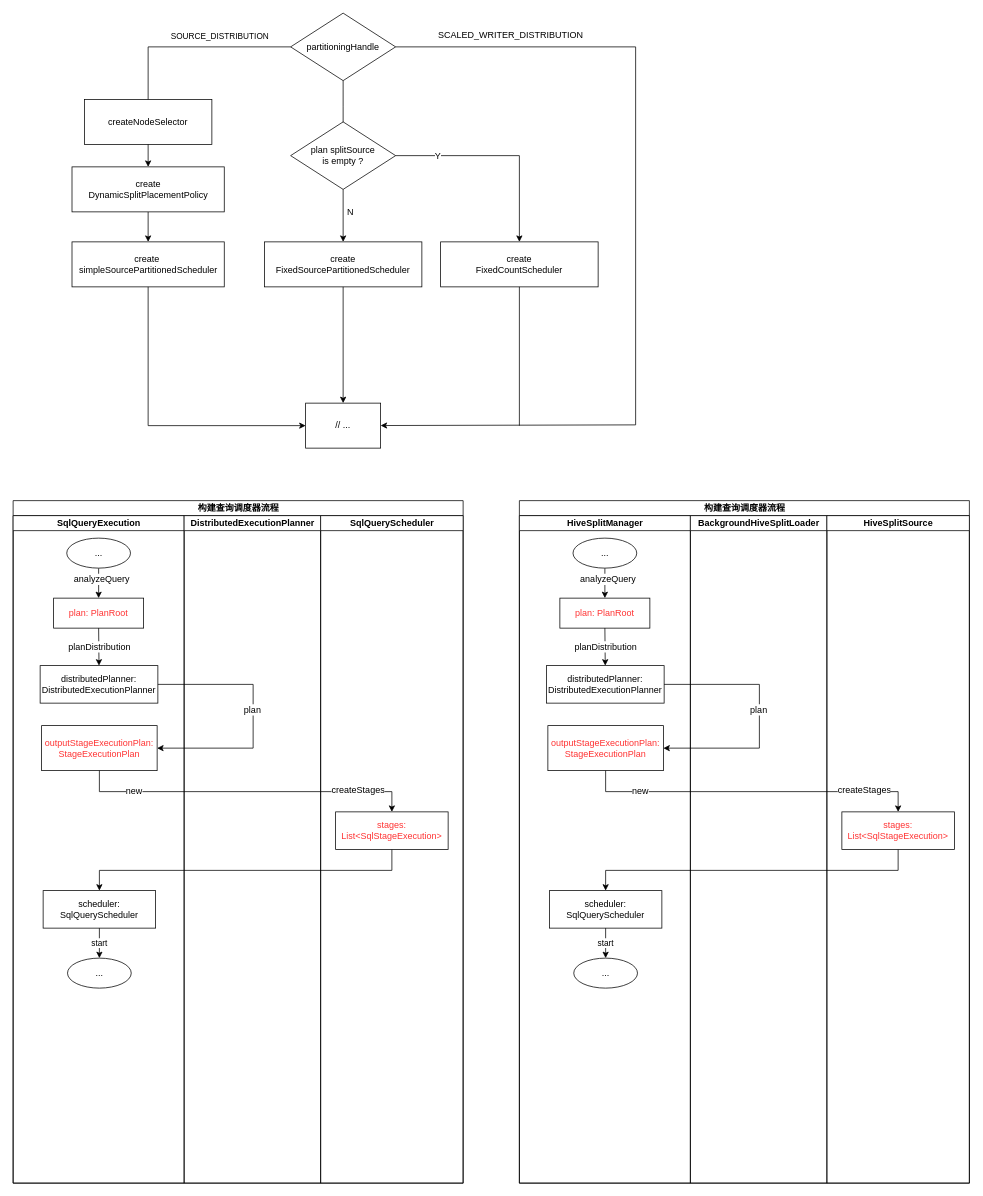
Above: prestoSchedulerCreateStage.drawio in chuanjian666/drawio (draw.io), before the change. Source tidied: cells renumbered, new cells numbered last; positions are measured from the earlier drawing's top-left corner, leaving out a move shared by most shapes. Both pictures are drawn from the tidied source at 75%, with x=0, y=0 at pixel (13, 13).
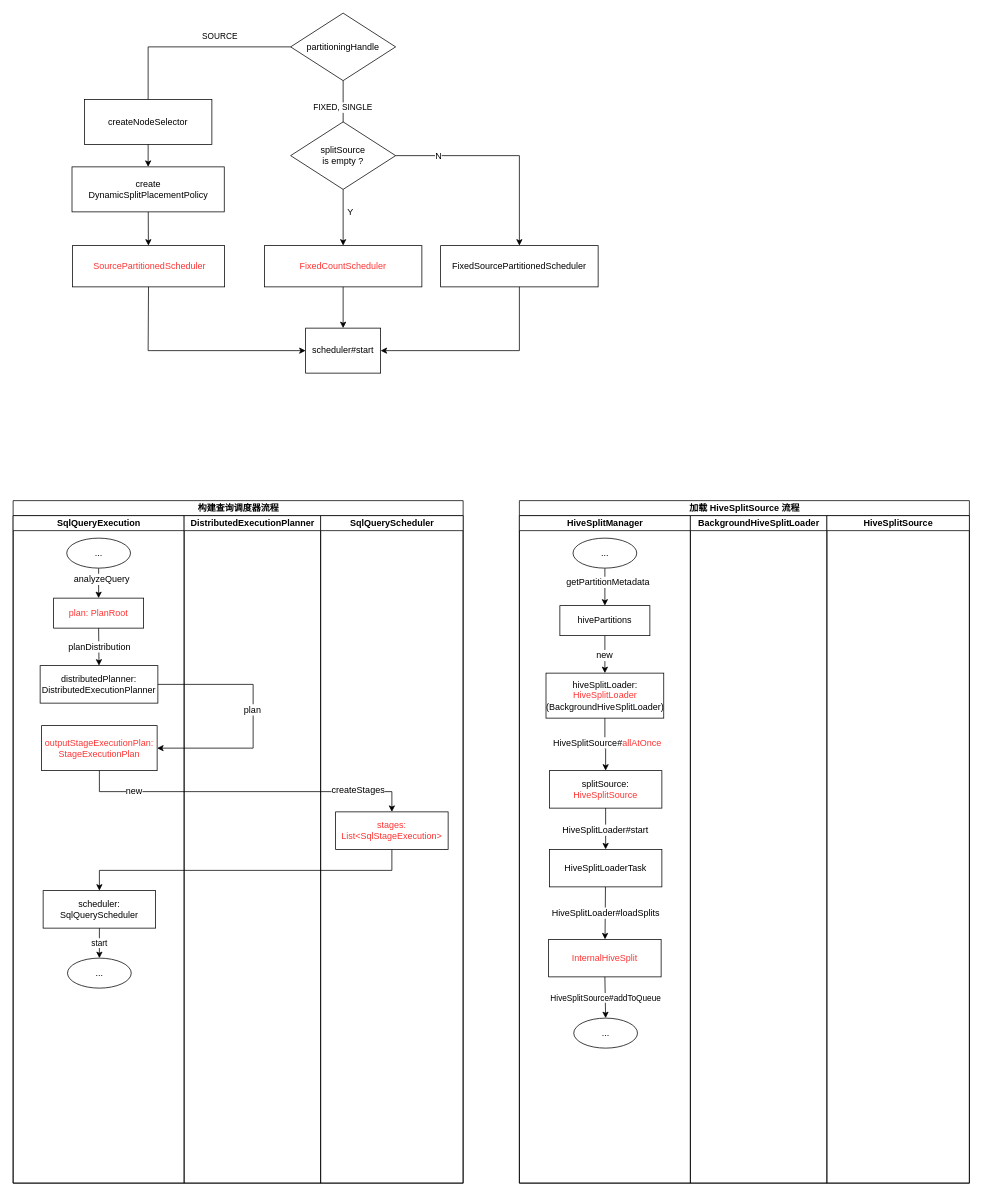
The same diagram, later.

Unchanged cells that the change refers to:
```xml
<mxCell id="2" value="partitioningHandle" style="rhombus;whiteSpace=wrap;html=1;" parent="1" vertex="1">
  <mxGeometry x="370" width="140" height="90" as="geometry" />
</mxCell>
<mxCell id="5" value="createNodeSelector" style="whiteSpace=wrap;html=1;align=center;verticalAlign=middle;" parent="1" vertex="1">
  <mxGeometry x="95" y="115" width="170" height="60" as="geometry" />
</mxCell>
<mxCell id="17" style="edgeStyle=none;rounded=0;jettySize=auto;html=1;exitX=1;exitY=0.5;exitDx=0;exitDy=0;entryX=0.5;entryY=0;entryDx=0;entryDy=0;" parent="1" edge="1" source="13" target="19">
  <mxGeometry relative="1" as="geometry">
    <Array as="points">
      <mxPoint x="675" y="190" />
    </Array>
  </mxGeometry>
</mxCell>
<mxCell id="49" value="HiveSplitManager" style="swimlane;html=1;startSize=20;" parent="47" vertex="1">
  <mxGeometry y="20" width="228" height="890" as="geometry" />
</mxCell>
<mxCell id="51" style="endArrow=classic;html=1;entryX=0.5;entryY=0;entryDx=0;entryDy=0;" parent="49" edge="1" target="50">
  <mxGeometry relative="1" as="geometry">
    <mxPoint x="114" y="70" as="sourcePoint" />
  </mxGeometry>
</mxCell>
<mxCell id="66" value="HiveSplitSource" style="swimlane;html=1;startSize=20;" parent="47" vertex="1">
  <mxGeometry x="410" y="20" width="190" height="890" as="geometry" />
</mxCell>
```

The edit, as a diff of the source:
```diff
@@
-    <mxCell id="3" value="// ..." style="whiteSpace=wrap;html=1;align=center;verticalAlign=middle;" parent="1" vertex="1">
-      <mxGeometry x="390" y="520" width="100" height="60" as="geometry" />
+    <mxCell id="3" value="scheduler#start" style="whiteSpace=wrap;html=1;align=center;verticalAlign=middle;" parent="1" vertex="1">
+      <mxGeometry x="390" y="420" width="100" height="60" as="geometry" />
     </mxCell>
-    <mxCell id="4" style="edgeStyle=elbowEdgeStyle;elbow=vertical;startArrow=none;endArrow=none;rounded=0;exitX=0.5;exitY=1;exitDx=0;exitDy=0;" parent="1" edge="1" source="2">
+    <mxCell id="4" value="FIXED, SINGLE" style="edgeStyle=elbowEdgeStyle;elbow=vertical;startArrow=none;endArrow=none;rounded=0;exitX=0.5;exitY=1;exitDx=0;exitDy=0;" parent="1" edge="1" source="2">
       <mxGeometry relative="1" as="geometry">
         <mxPoint x="440" y="160" as="targetPoint" />
       </mxGeometry>
     </mxCell>
@@
-    <mxCell id="6" value="SOURCE_DISTRIBUTION" style="edgeStyle=elbowEdgeStyle;elbow=vertical;startArrow=none;endArrow=none;rounded=0;exitX=0;exitY=0.5;exitDx=0;exitDy=0;" parent="1" edge="1" source="2" target="5">
+    <mxCell id="6" value="SOURCE" style="edgeStyle=elbowEdgeStyle;elbow=vertical;startArrow=none;endArrow=none;rounded=0;exitX=0;exitY=0.5;exitDx=0;exitDy=0;" parent="1" edge="1" source="2" target="5">
       <mxGeometry x="-0.28" y="-15" relative="1" as="geometry">
         <Array as="points">
           <mxPoint x="180" y="45" />
         </Array>
       </mxGeometry>
     </mxCell>
@@
-    <mxCell id="9" value="create&amp;nbsp;&lt;br&gt;simpleSourcePartitionedScheduler" style="whiteSpace=wrap;html=1;align=center;verticalAlign=middle;" parent="1" vertex="1">
-      <mxGeometry x="78.5" y="305" width="203" height="60" as="geometry" />
+    <mxCell id="9" value="&amp;nbsp;SourcePartitionedScheduler" style="whiteSpace=wrap;html=1;align=center;verticalAlign=middle;fontColor=#FF3333;" parent="1" vertex="1">
+      <mxGeometry x="79" y="310" width="203" height="55" as="geometry" />
     </mxCell>
-    <mxCell id="10" value="SCALED_WRITER_DISTRIBUTION" style="text;html=1;rotation=0;" parent="1" vertex="1">
-      <mxGeometry x="565" y="15" width="220" height="30" as="geometry" />
-    </mxCell>
@@
     <mxCell id="12" style="edgeStyle=none;rounded=0;jettySize=auto;html=1;exitX=0.5;exitY=1;exitDx=0;exitDy=0;entryX=0;entryY=0.5;entryDx=0;entryDy=0;" parent="1" edge="1" source="9" target="3">
       <mxGeometry relative="1" as="geometry">
         <Array as="points">
-          <mxPoint x="180" y="550" />
+          <mxPoint x="180" y="450" />
         </Array>
       </mxGeometry>
     </mxCell>
-    <mxCell id="13" value="plan splitSource&lt;br&gt;is empty ?" style="rhombus;whiteSpace=wrap;html=1;" parent="1" vertex="1">
+    <mxCell id="13" value="splitSource&lt;br&gt;is empty ?" style="rhombus;whiteSpace=wrap;html=1;" parent="1" vertex="1">
       <mxGeometry x="370" y="145" width="140" height="90" as="geometry" />
     </mxCell>
-    <mxCell id="14" value="create&lt;br&gt;FixedSourcePartitionedScheduler" style="whiteSpace=wrap;html=1;align=center;verticalAlign=middle;" parent="1" vertex="1">
-      <mxGeometry x="335" y="305" width="210" height="60" as="geometry" />
+    <mxCell id="14" value="FixedCountScheduler" style="whiteSpace=wrap;html=1;align=center;verticalAlign=middle;fontColor=#FF3333;" parent="1" vertex="1">
+      <mxGeometry x="335" y="310" width="210" height="55" as="geometry" />
     </mxCell>
-    <mxCell id="15" value="N" style="text;html=1;strokeColor=none;fillColor=none;align=center;verticalAlign=middle;whiteSpace=wrap;rounded=0;" parent="1" vertex="1">
+    <mxCell id="15" value="Y" style="text;html=1;strokeColor=none;fillColor=none;align=center;verticalAlign=middle;whiteSpace=wrap;rounded=0;" parent="1" vertex="1">
       <mxGeometry x="430" y="255" width="40" height="20" as="geometry" />
     </mxCell>
@@
-    <mxCell id="18" value="Y" style="text;html=1;align=center;verticalAlign=middle;labelBackgroundColor=#ffffff;" parent="17" vertex="1">
+    <mxCell id="18" value="N" style="text;html=1;align=center;verticalAlign=middle;labelBackgroundColor=#ffffff;" parent="17" vertex="1">
       <mxGeometry x="-0.61" relative="1" as="geometry" />
     </mxCell>
-    <mxCell id="19" value="create&lt;br&gt;FixedCountScheduler" style="whiteSpace=wrap;html=1;align=center;verticalAlign=middle;" parent="1" vertex="1">
-      <mxGeometry x="570" y="305" width="210" height="60" as="geometry" />
+    <mxCell id="19" value="&lt;span style=&quot;white-space: normal&quot;&gt;FixedSourcePartitionedScheduler&lt;/span&gt;" style="whiteSpace=wrap;html=1;align=center;verticalAlign=middle;" parent="1" vertex="1">
+      <mxGeometry x="570" y="310" width="210" height="55" as="geometry" />
     </mxCell>
@@
-    <mxCell id="21" style="edgeStyle=none;rounded=0;jettySize=auto;html=1;exitX=1;exitY=0.5;exitDx=0;exitDy=0;" parent="1" edge="1" source="2" target="3">
-      <mxGeometry relative="1" as="geometry">
-        <Array as="points">
-          <mxPoint x="830" y="45" />
-          <mxPoint x="830" y="549" />
-        </Array>
-      </mxGeometry>
-    </mxCell>
-    <mxCell id="22" style="endArrow=none;html=1;entryX=0.5;entryY=1;entryDx=0;entryDy=0;" parent="1" edge="1" target="19">
-      <mxGeometry relative="1" as="geometry">
-        <mxPoint x="675" y="550" as="sourcePoint" />
-      </mxGeometry>
-    </mxCell>
@@
-    <mxCell id="47" value="构建查询调度器流程" style="swimlane;html=1;startSize=20;" parent="1" vertex="1">
+    <mxCell id="47" value="加载 HiveSplitSource 流程" style="swimlane;html=1;startSize=20;" parent="1" vertex="1">
       <mxGeometry x="675" y="650" width="600" height="910" as="geometry" />
     </mxCell>
-    <mxCell id="48" style="edgeStyle=elbowEdgeStyle;elbow=vertical;startArrow=none;endArrow=classic;rounded=0;exitX=0.5;exitY=1;exitDx=0;exitDy=0;endFill=1;" parent="47" edge="1" source="67" target="62">
-      <mxGeometry relative="1" as="geometry" />
-    </mxCell>
@@
-    <mxCell id="50" value="plan: PlanRoot" style="whiteSpace=wrap;html=1;align=center;labelBackgroundColor=none;fontColor=#FF3333;" parent="49" vertex="1">
-      <mxGeometry x="54" y="110" width="120" height="40" as="geometry" />
+    <mxCell id="50" value="hivePartitions" style="whiteSpace=wrap;html=1;align=center;labelBackgroundColor=none;fontColor=#000000;" parent="49" vertex="1">
+      <mxGeometry x="54" y="120" width="120" height="40" as="geometry" />
     </mxCell>
@@
-    <mxCell id="52" value="analyzeQuery" style="text;html=1;align=center;verticalAlign=middle;labelBackgroundColor=#ffffff;" parent="51" vertex="1">
+    <mxCell id="52" value="getPartitionMetadata" style="text;html=1;align=center;verticalAlign=middle;labelBackgroundColor=#ffffff;" parent="51" vertex="1">
       <mxGeometry x="-0.28" y="3" relative="1" as="geometry" />
     </mxCell>
@@
-    <mxCell id="54" value="distributedPlanner:&lt;br&gt;DistributedExecutionPlanner" style="whiteSpace=wrap;html=1;align=center;" parent="49" vertex="1">
-      <mxGeometry x="36" y="200" width="157" height="50" as="geometry" />
+    <mxCell id="54" value="hiveSplitLoader:&lt;br&gt;&lt;font color=&quot;#ff3333&quot;&gt;HiveSplitLoader&lt;/font&gt; &lt;br&gt;(BackgroundHiveSplitLoader)" style="whiteSpace=wrap;html=1;align=center;" parent="49" vertex="1">
+      <mxGeometry x="35.5" y="210" width="157" height="60" as="geometry" />
     </mxCell>
-    <mxCell id="55" style="endArrow=classic;html=1;exitX=0.5;exitY=1;exitDx=0;exitDy=0;entryX=0.5;entryY=0;entryDx=0;entryDy=0;" parent="49" edge="1" source="50" target="54">
-      <mxGeometry relative="1" as="geometry" />
-    </mxCell>
-    <mxCell id="56" value="planDistribution" style="text;html=1;align=center;verticalAlign=middle;labelBackgroundColor=#ffffff;" parent="55" vertex="1">
-      <mxGeometry x="-0.28" y="3" relative="1" as="geometry">
-        <mxPoint x="-3" y="7" as="offset" />
-      </mxGeometry>
-    </mxCell>
-    <mxCell id="57" value="outputStageExecutionPlan:&lt;br&gt;StageExecutionPlan" style="whiteSpace=wrap;html=1;align=center;verticalAlign=middle;fontColor=#FF3333;" parent="49" vertex="1">
-      <mxGeometry x="38" y="280" width="154" height="60" as="geometry" />
-    </mxCell>
-    <mxCell id="58" style="edgeStyle=elbowEdgeStyle;elbow=vertical;startArrow=none;endArrow=classic;rounded=0;endFill=1;exitX=1;exitY=0.5;exitDx=0;exitDy=0;entryX=1;entryY=0.5;entryDx=0;entryDy=0;" parent="49" edge="1" source="54" target="57">
-      <mxGeometry relative="1" as="geometry">
-        <Array as="points">
-          <mxPoint x="320" y="350" />
-          <mxPoint x="170" y="270" />
-          <mxPoint x="330" y="300" />
-          <mxPoint x="130" y="280" />
-          <mxPoint x="250" y="290" />
-          <mxPoint x="300" y="270" />
-          <mxPoint x="350" y="310" />
-          <mxPoint x="140" y="310" />
-          <mxPoint x="210" y="400" />
-        </Array>
-      </mxGeometry>
-    </mxCell>
-    <mxCell id="59" style="text;html=1;align=center;verticalAlign=middle;labelBackgroundColor=#ffffff;" parent="58" vertex="1">
-      <mxGeometry x="0.42" relative="1" as="geometry" />
-    </mxCell>
-    <mxCell id="60" value="&lt;span style=&quot;font-family: &amp;#34;helvetica&amp;#34; , &amp;#34;arial&amp;#34; , sans-serif ; font-size: 0px ; background-color: rgb(248 , 249 , 250)&quot;&gt;%3CmxGraphModel%3E%3Croot%3E%3CmxCell%20id%3D%220%22%2F%3E%3CmxCell%20id%3D%221%22%20parent%3D%220%22%2F%3E%3CmxCell%20id%3D%222%22%20value%3D%22plan%22%20style%3D%22text%3Bhtml%3D1%3Bresizable%3D0%3Bpoints%3D%5B%5D%3Balign%3Dcenter%3BverticalAlign%3Dmiddle%3BlabelBackgroundColor%3D%23ffffff%3B%22%20vertex%3D%221%22%20connectable%3D%220%22%20parent%3D%221%22%3E%3CmxGeometry%20x%3D%22425%22%20y%3D%221250%22%20as%3D%22geometry%22%3E%3CmxPoint%20as%3D%22offset%22%2F%3E%3C%2FmxGeometry%3E%3C%2FmxCell%3E%3C%2Froot%3E%3C%2FmxGraphModel%3Eplan&lt;br&gt;&lt;br&gt;&lt;/span&gt;" style="text;html=1;align=center;verticalAlign=middle;labelBackgroundColor=#ffffff;" parent="58" vertex="1">
-      <mxGeometry x="-0.04" relative="1" as="geometry" />
-    </mxCell>
-    <mxCell id="61" value="plan" style="text;html=1;align=center;verticalAlign=middle;labelBackgroundColor=#ffffff;" parent="58" vertex="1">
-      <mxGeometry x="-0.06" y="-2" relative="1" as="geometry" />
-    </mxCell>
+    <mxCell id="71" value="HiveSplitLoader#loadSplits" style="edgeStyle=none;rounded=0;jettySize=auto;html=1;endArrow=classic;endFill=1;fontSize=12;fontColor=#000000;" parent="49" edge="1" source="62" target="72">
+      <mxGeometry relative="1" as="geometry" />
+    </mxCell>
-    <mxCell id="62" value="scheduler:&lt;br&gt;SqlQueryScheduler" style="whiteSpace=wrap;html=1;align=center;verticalAlign=middle;" parent="49" vertex="1">
-      <mxGeometry x="40" y="500" width="150" height="50" as="geometry" />
+    <mxCell id="62" value="HiveSplitLoaderTask" style="whiteSpace=wrap;html=1;align=center;verticalAlign=middle;" parent="49" vertex="1">
+      <mxGeometry x="40" y="445" width="150" height="50" as="geometry" />
     </mxCell>
+    <mxCell id="72" value="&lt;font color=&quot;#ff3333&quot;&gt;InternalHiveSplit&lt;/font&gt;" style="whiteSpace=wrap;html=1;align=center;verticalAlign=middle;" parent="49" vertex="1">
+      <mxGeometry x="39" y="565" width="150" height="50" as="geometry" />
+    </mxCell>
     <mxCell id="63" value="..." style="ellipse;whiteSpace=wrap;html=1;" parent="49" vertex="1">
-      <mxGeometry x="72.5" y="590" width="85" height="40" as="geometry" />
+      <mxGeometry x="72.5" y="670" width="85" height="40" as="geometry" />
     </mxCell>
-    <mxCell id="64" value="start" style="endArrow=classic;html=1;exitX=0.5;exitY=1;exitDx=0;exitDy=0;entryX=0.5;entryY=0;entryDx=0;entryDy=0;" parent="49" edge="1" source="62" target="63">
+    <mxCell id="64" value="HiveSplitSource#addToQueue" style="endArrow=classic;html=1;entryX=0.5;entryY=0;entryDx=0;entryDy=0;exitX=0.5;exitY=1;exitDx=0;exitDy=0;" parent="49" edge="1" source="72" target="63">
       <mxGeometry relative="1" as="geometry" />
     </mxCell>
+    <mxCell id="70" value="new" style="edgeStyle=elbowEdgeStyle;elbow=vertical;startArrow=none;endArrow=classic;rounded=0;exitX=0.5;exitY=1;exitDx=0;exitDy=0;endFill=1;entryX=0.5;entryY=0;entryDx=0;entryDy=0;fontSize=12;" parent="49" edge="1" source="50" target="54">
+      <mxGeometry relative="1" as="geometry">
+        <Array as="points">
+          <mxPoint x="125" y="190" />
+        </Array>
+      </mxGeometry>
+    </mxCell>
+    <mxCell id="67" value="splitSource:&lt;br&gt;&lt;font color=&quot;#ff3333&quot;&gt;HiveSplitSource&lt;/font&gt;" style="whiteSpace=wrap;html=1;align=center;verticalAlign=middle;fontColor=#000000;" parent="49" vertex="1">
+      <mxGeometry x="40" y="340" width="150" height="50" as="geometry" />
+    </mxCell>
+    <mxCell id="48" value="HiveSplitLoader#start" style="edgeStyle=elbowEdgeStyle;elbow=horizontal;startArrow=none;endArrow=classic;rounded=0;exitX=0.5;exitY=1;exitDx=0;exitDy=0;endFill=1;entryX=0.5;entryY=0;entryDx=0;entryDy=0;fontSize=12;" parent="49" edge="1" source="67" target="62">
+      <mxGeometry relative="1" as="geometry" />
+    </mxCell>
+    <mxCell id="68" style="edgeStyle=elbowEdgeStyle;elbow=vertical;startArrow=none;endArrow=classic;rounded=0;exitX=0.5;exitY=1;exitDx=0;exitDy=0;endFill=1;entryX=0.5;entryY=0;entryDx=0;entryDy=0;" parent="49" edge="1" source="54" target="67">
+      <mxGeometry relative="1" as="geometry">
+        <Array as="points">
+          <mxPoint x="125" y="310" />
+          <mxPoint x="465" y="310" />
+        </Array>
+      </mxGeometry>
+    </mxCell>
+    <mxCell id="73" value="HiveSplitSource#&lt;font color=&quot;#ff3333&quot;&gt;allAtOnce&lt;/font&gt;" style="text;html=1;align=center;verticalAlign=middle;labelBackgroundColor=#ffffff;fontColor=#000000;" parent="68" vertex="1">
+      <mxGeometry x="0.63" y="1" relative="1" as="geometry">
+        <mxPoint y="-25" as="offset" />
+      </mxGeometry>
+    </mxCell>
+    <mxCell id="74" style="edgeStyle=none;rounded=0;orthogonalLoop=1;jettySize=auto;html=1;entryX=0.5;entryY=0;entryDx=0;entryDy=0;endArrow=classic;endFill=1;fontSize=12;fontColor=#000000;" parent="49" edge="1" source="62" target="62">
+      <mxGeometry relative="1" as="geometry" />
+    </mxCell>
@@
-    <mxCell id="67" value="stages:&lt;br&gt;List&amp;lt;SqlStageExecution&amp;gt;" style="whiteSpace=wrap;html=1;align=center;verticalAlign=middle;fontColor=#FF3333;" parent="66" vertex="1">
-      <mxGeometry x="20" y="395" width="150" height="50" as="geometry" />
-    </mxCell>
-    <mxCell id="68" style="edgeStyle=elbowEdgeStyle;elbow=vertical;startArrow=none;endArrow=classic;rounded=0;exitX=0.5;exitY=1;exitDx=0;exitDy=0;endFill=1;" parent="47" edge="1" source="57" target="67">
-      <mxGeometry relative="1" as="geometry" />
-    </mxCell>
-    <mxCell id="69" value="createStages" style="text;html=1;align=center;verticalAlign=middle;labelBackgroundColor=#ffffff;" parent="68" vertex="1">
-      <mxGeometry x="0.67" y="3" relative="1" as="geometry" />
-    </mxCell>
-    <mxCell id="70" value="new" style="text;html=1;align=center;verticalAlign=middle;labelBackgroundColor=#ffffff;" parent="68" vertex="1">
-      <mxGeometry x="-0.67" y="1" relative="1" as="geometry" />
-    </mxCell>
+    <mxCell id="75" style="edgeStyle=none;rounded=0;jettySize=auto;html=1;exitX=0.5;exitY=1;exitDx=0;exitDy=0;entryX=1;entryY=0.5;entryDx=0;entryDy=0;" parent="1" edge="1" source="19" target="3">
+      <mxGeometry relative="1" as="geometry">
+        <Array as="points">
+          <mxPoint x="675" y="450" />
+        </Array>
+      </mxGeometry>
+    </mxCell>
```
